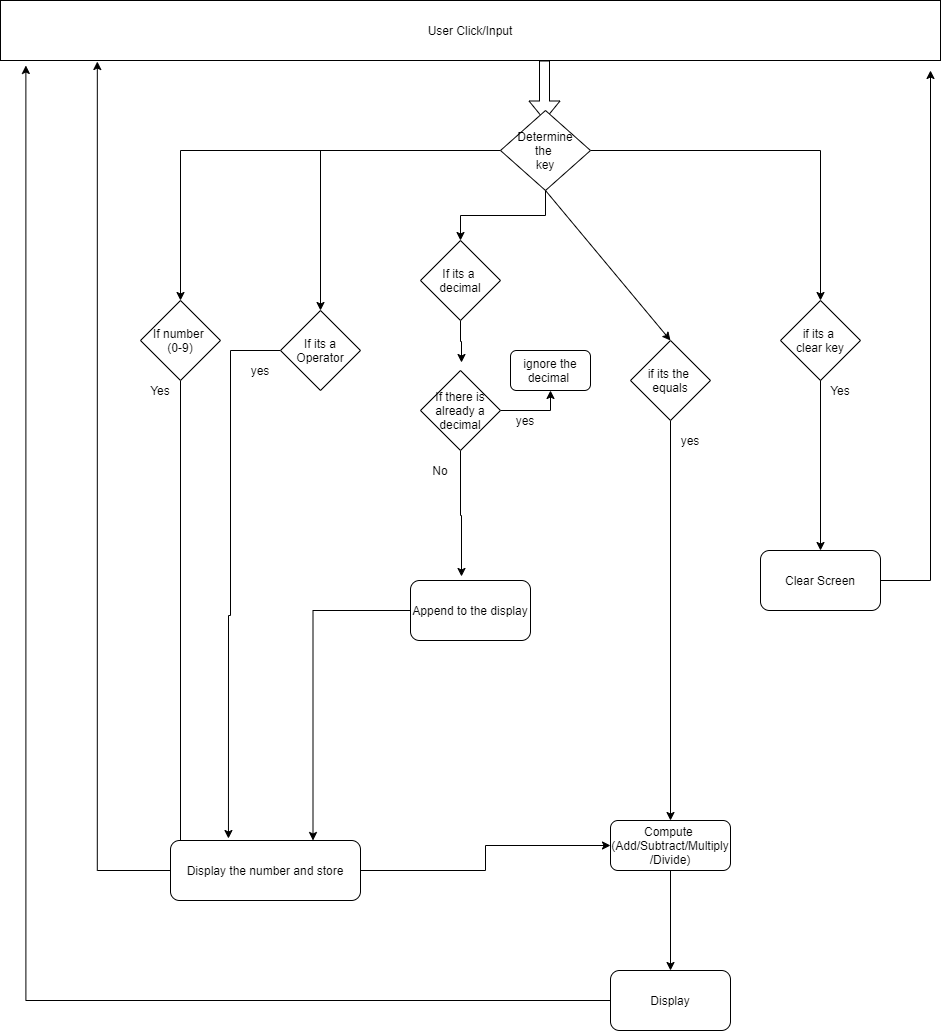
Earlier version of the draw.io export Calculator Flow Chart.png (smitha7-au/Calculator). Source tidied: cells renumbered, new cells last; positions are measured from the earlier drawing's top-left corner, leaving out a move shared by most shapes.
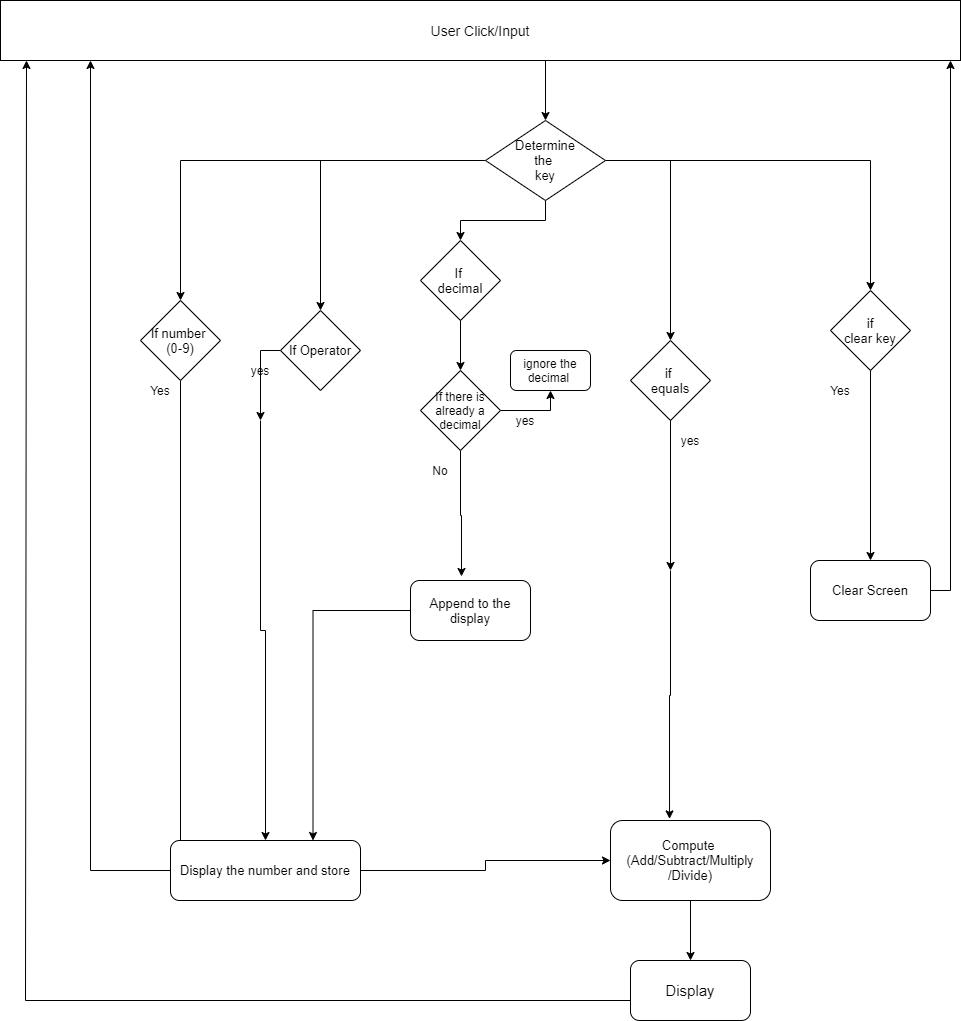
After the commit.

Commit message:
updated Flow Chart

What changed in the source:
```diff
@@ -2,15 +2,9 @@
   <root>
     <mxCell id="0" />
     <mxCell id="1" parent="0" />
-    <mxCell id="2" value="User Click/Input" style="rounded=0;whiteSpace=wrap;html=1;" parent="1" vertex="1">
-      <mxGeometry width="940" height="60" as="geometry" />
+    <mxCell id="2" value="&lt;font style=&quot;font-size: 14px&quot;&gt;User Click/Input&lt;/font&gt;" style="rounded=0;whiteSpace=wrap;html=1;" parent="1" vertex="1">
+      <mxGeometry width="960" height="60" as="geometry" />
     </mxCell>
-    <mxCell id="3" style="shape=flexArrow;endArrow=classic;html=1;" parent="1" edge="1">
-      <mxGeometry relative="1" as="geometry">
-        <mxPoint x="544" y="60" as="sourcePoint" />
-        <mxPoint x="544" y="120" as="targetPoint" />
-      </mxGeometry>
-    </mxCell>
     <mxCell id="4" style="edgeStyle=orthogonalEdgeStyle;rounded=0;jettySize=auto;html=1;" parent="1" edge="1" source="8" target="10">
       <mxGeometry relative="1" as="geometry" />
     </mxCell>
@@ -23,91 +17,86 @@
     <mxCell id="7" style="edgeStyle=orthogonalEdgeStyle;rounded=0;jettySize=auto;html=1;entryX=0.5;entryY=0;entryDx=0;entryDy=0;" parent="1" edge="1" source="8" target="18">
       <mxGeometry relative="1" as="geometry">
         <Array as="points">
-          <mxPoint x="820" y="150" />
+          <mxPoint x="870" y="160" />
         </Array>
       </mxGeometry>
     </mxCell>
+    <mxCell id="19" style="edgeStyle=orthogonalEdgeStyle;rounded=0;jettySize=auto;html=1;entryX=0.5;entryY=0;entryDx=0;entryDy=0;" parent="1" edge="1" source="8" target="16">
+      <mxGeometry relative="1" as="geometry" />
+    </mxCell>
-    <mxCell id="8" value="Determine&lt;br&gt;the&amp;nbsp;&lt;br&gt;key" style="rhombus;whiteSpace=wrap;html=1;" parent="1" vertex="1">
-      <mxGeometry x="500" y="110" width="90" height="80" as="geometry" />
+    <mxCell id="8" value="&lt;font style=&quot;font-size: 13px&quot;&gt;Determine&lt;br&gt;the&amp;nbsp;&lt;br&gt;key&lt;/font&gt;" style="rhombus;whiteSpace=wrap;html=1;" parent="1" vertex="1">
+      <mxGeometry x="485" y="120" width="120" height="80" as="geometry" />
     </mxCell>
     <mxCell id="9" style="edgeStyle=orthogonalEdgeStyle;rounded=0;jettySize=auto;html=1;" parent="1" edge="1" source="10">
       <mxGeometry relative="1" as="geometry">
         <mxPoint x="180" y="854" as="targetPoint" />
       </mxGeometry>
     </mxCell>
-    <mxCell id="10" value="If number &lt;br&gt;(0-9)" style="rhombus;whiteSpace=wrap;html=1;" parent="1" vertex="1">
+    <mxCell id="10" value="&lt;font style=&quot;font-size: 13px&quot;&gt;If number &lt;br&gt;(0-9)&lt;/font&gt;" style="rhombus;whiteSpace=wrap;html=1;" parent="1" vertex="1">
       <mxGeometry x="140" y="300" width="80" height="80" as="geometry" />
     </mxCell>
-    <mxCell id="11" style="edgeStyle=orthogonalEdgeStyle;rounded=0;jettySize=auto;html=1;entryX=0.305;entryY=-0.033;entryDx=0;entryDy=0;entryPerimeter=0;" parent="1" edge="1" source="12" target="28">
-      <mxGeometry relative="1" as="geometry">
-        <Array as="points">
-          <mxPoint x="230" y="350" />
-          <mxPoint x="230" y="615" />
-          <mxPoint x="228" y="615" />
-        </Array>
-      </mxGeometry>
-    </mxCell>
+    <mxCell id="41" style="edgeStyle=orthogonalEdgeStyle;rounded=0;jettySize=auto;html=1;entryX=0.5;entryY=0;entryDx=0;entryDy=0;" parent="1" edge="1" source="12">
+      <mxGeometry relative="1" as="geometry">
+        <mxPoint x="260" y="420" as="targetPoint" />
+      </mxGeometry>
+    </mxCell>
-    <mxCell id="12" value="If its a Operator" style="rhombus;whiteSpace=wrap;html=1;" parent="1" vertex="1">
+    <mxCell id="12" value="&lt;font style=&quot;font-size: 13px&quot;&gt;If Operator&lt;/font&gt;" style="rhombus;whiteSpace=wrap;html=1;" parent="1" vertex="1">
       <mxGeometry x="280" y="310" width="80" height="80" as="geometry" />
     </mxCell>
-    <mxCell id="13" style="edgeStyle=orthogonalEdgeStyle;rounded=0;jettySize=auto;html=1;" parent="1" edge="1" source="14">
-      <mxGeometry relative="1" as="geometry">
-        <mxPoint x="461" y="362" as="targetPoint" />
-      </mxGeometry>
+    <mxCell id="13" style="edgeStyle=orthogonalEdgeStyle;rounded=0;jettySize=auto;html=1;entryX=0.5;entryY=0;entryDx=0;entryDy=0;" parent="1" edge="1" source="14" target="31">
+      <mxGeometry relative="1" as="geometry" />
     </mxCell>
-    <mxCell id="14" value="If its a &lt;br&gt;decimal" style="rhombus;whiteSpace=wrap;html=1;" parent="1" vertex="1">
+    <mxCell id="14" value="&lt;font style=&quot;font-size: 13px&quot;&gt;If&amp;nbsp;&lt;br&gt;decimal&lt;/font&gt;" style="rhombus;whiteSpace=wrap;html=1;" parent="1" vertex="1">
       <mxGeometry x="420" y="240" width="80" height="80" as="geometry" />
     </mxCell>
-    <mxCell id="15" style="edgeStyle=orthogonalEdgeStyle;rounded=0;jettySize=auto;html=1;entryX=0.5;entryY=0;entryDx=0;entryDy=0;" parent="1" edge="1" source="16" target="21">
-      <mxGeometry relative="1" as="geometry" />
+    <mxCell id="15" style="edgeStyle=orthogonalEdgeStyle;rounded=0;jettySize=auto;html=1;entryX=0.369;entryY=-0.02;entryDx=0;entryDy=0;entryPerimeter=0;" parent="1" edge="1" target="21">
+      <mxGeometry relative="1" as="geometry">
+        <mxPoint x="670" y="570" as="sourcePoint" />
+      </mxGeometry>
     </mxCell>
-    <mxCell id="16" value="if its the&amp;nbsp;&lt;br&gt;equals" style="rhombus;whiteSpace=wrap;html=1;" parent="1" vertex="1">
+    <mxCell id="16" value="&lt;font style=&quot;font-size: 13px&quot;&gt;if&amp;nbsp;&lt;br&gt;equals&lt;/font&gt;" style="rhombus;whiteSpace=wrap;html=1;" parent="1" vertex="1">
       <mxGeometry x="630" y="340" width="80" height="80" as="geometry" />
     </mxCell>
     <mxCell id="17" style="edgeStyle=orthogonalEdgeStyle;rounded=0;jettySize=auto;html=1;exitX=0.5;exitY=1;exitDx=0;exitDy=0;" parent="1" edge="1" source="18" target="23">
       <mxGeometry relative="1" as="geometry" />
     </mxCell>
-    <mxCell id="18" value="if its a&amp;nbsp;&lt;br&gt;clear key" style="rhombus;whiteSpace=wrap;html=1;" parent="1" vertex="1">
-      <mxGeometry x="780" y="300" width="80" height="80" as="geometry" />
+    <mxCell id="18" value="&lt;font style=&quot;font-size: 13px&quot;&gt;if&lt;br&gt;clear key&lt;/font&gt;" style="rhombus;whiteSpace=wrap;html=1;" parent="1" vertex="1">
+      <mxGeometry x="830" y="290" width="80" height="80" as="geometry" />
     </mxCell>
-    <mxCell id="19" style="endArrow=classic;html=1;entryX=0.5;entryY=0;entryDx=0;entryDy=0;exitX=0.5;exitY=1;exitDx=0;exitDy=0;" parent="1" edge="1" source="8" target="16">
-      <mxGeometry relative="1" as="geometry" />
-    </mxCell>
-    <mxCell id="20" style="edgeStyle=orthogonalEdgeStyle;rounded=0;jettySize=auto;html=1;exitX=0.5;exitY=1;exitDx=0;exitDy=0;entryX=0.5;entryY=0;entryDx=0;entryDy=0;" parent="1" edge="1" source="21" target="25">
+    <mxCell id="20" style="edgeStyle=orthogonalEdgeStyle;rounded=0;jettySize=auto;html=1;entryX=0.5;entryY=0;entryDx=0;entryDy=0;" parent="1" edge="1" source="21" target="25">
       <mxGeometry relative="1" as="geometry" />
     </mxCell>
-    <mxCell id="21" value="Compute&amp;nbsp;&lt;br&gt;(Add/Subtract/Multiply&lt;br&gt;/Divide)" style="rounded=1;whiteSpace=wrap;html=1;" parent="1" vertex="1">
-      <mxGeometry x="610" y="820" width="120" height="50" as="geometry" />
+    <mxCell id="21" value="&lt;font style=&quot;font-size: 13px&quot;&gt;Compute&amp;nbsp;&lt;br&gt;(Add/Subtract/Multiply&lt;br&gt;/Divide)&lt;/font&gt;" style="rounded=1;whiteSpace=wrap;html=1;" parent="1" vertex="1">
+      <mxGeometry x="610" y="820" width="160" height="80" as="geometry" />
     </mxCell>
     <mxCell id="22" style="edgeStyle=orthogonalEdgeStyle;rounded=0;jettySize=auto;html=1;" parent="1" edge="1" source="23">
       <mxGeometry relative="1" as="geometry">
-        <mxPoint x="930" y="70" as="targetPoint" />
+        <mxPoint x="950" y="60" as="targetPoint" />
       </mxGeometry>
     </mxCell>
-    <mxCell id="23" value="Clear Screen" style="rounded=1;whiteSpace=wrap;html=1;" parent="1" vertex="1">
-      <mxGeometry x="760" y="550" width="120" height="60" as="geometry" />
+    <mxCell id="23" value="&lt;font style=&quot;font-size: 13px&quot;&gt;Clear Screen&lt;/font&gt;" style="rounded=1;whiteSpace=wrap;html=1;" parent="1" vertex="1">
+      <mxGeometry x="810" y="560" width="120" height="60" as="geometry" />
     </mxCell>
-    <mxCell id="24" style="edgeStyle=orthogonalEdgeStyle;rounded=0;jettySize=auto;html=1;entryX=0.027;entryY=1.083;entryDx=0;entryDy=0;entryPerimeter=0;" parent="1" edge="1" source="25" target="2">
+    <mxCell id="24" style="edgeStyle=orthogonalEdgeStyle;rounded=0;jettySize=auto;html=1;" parent="1" edge="1" source="25">
       <mxGeometry relative="1" as="geometry">
+        <mxPoint x="26" y="60" as="targetPoint" />
         <Array as="points">
           <mxPoint x="25" y="1000" />
         </Array>
       </mxGeometry>
     </mxCell>
-    <mxCell id="25" value="Display" style="rounded=1;whiteSpace=wrap;html=1;" parent="1" vertex="1">
-      <mxGeometry x="610" y="970" width="120" height="60" as="geometry" />
+    <mxCell id="25" value="&lt;font style=&quot;font-size: 15px&quot;&gt;Display&lt;/font&gt;" style="rounded=1;whiteSpace=wrap;html=1;" parent="1" vertex="1">
+      <mxGeometry x="630" y="960" width="120" height="60" as="geometry" />
     </mxCell>
     <mxCell id="26" style="edgeStyle=orthogonalEdgeStyle;rounded=0;jettySize=auto;html=1;entryX=0;entryY=0.5;entryDx=0;entryDy=0;" parent="1" edge="1" source="28" target="21">
       <mxGeometry relative="1" as="geometry" />
     </mxCell>
-    <mxCell id="27" style="edgeStyle=orthogonalEdgeStyle;rounded=0;jettySize=auto;html=1;entryX=0.103;entryY=1.017;entryDx=0;entryDy=0;entryPerimeter=0;" parent="1" edge="1" source="28" target="2">
-      <mxGeometry relative="1" as="geometry">
-        <Array as="points">
-          <mxPoint x="97" y="870" />
-        </Array>
-      </mxGeometry>
-    </mxCell>
+    <mxCell id="42" style="edgeStyle=orthogonalEdgeStyle;rounded=0;jettySize=auto;html=1;" parent="1" edge="1" source="28">
+      <mxGeometry relative="1" as="geometry">
+        <mxPoint x="90" y="60" as="targetPoint" />
+      </mxGeometry>
+    </mxCell>
-    <mxCell id="28" value="Display the number and store" style="rounded=1;whiteSpace=wrap;html=1;" parent="1" vertex="1">
+    <mxCell id="28" value="&lt;font style=&quot;font-size: 13px&quot;&gt;Display the number and store&lt;/font&gt;" style="rounded=1;whiteSpace=wrap;html=1;" parent="1" vertex="1">
       <mxGeometry x="170" y="840" width="190" height="60" as="geometry" />
     </mxCell>
     <mxCell id="29" style="edgeStyle=orthogonalEdgeStyle;rounded=0;jettySize=auto;html=1;entryX=0.5;entryY=1;entryDx=0;entryDy=0;" parent="1" edge="1" source="31" target="32">
@@ -125,7 +114,7 @@
     <mxCell id="33" style="edgeStyle=orthogonalEdgeStyle;rounded=0;jettySize=auto;html=1;entryX=0.75;entryY=0;entryDx=0;entryDy=0;" parent="1" edge="1" source="34" target="28">
       <mxGeometry relative="1" as="geometry" />
     </mxCell>
-    <mxCell id="34" value="Append to the display" style="rounded=1;whiteSpace=wrap;html=1;" parent="1" vertex="1">
+    <mxCell id="34" value="&lt;font style=&quot;font-size: 13px&quot;&gt;Append to the display&lt;/font&gt;" style="rounded=1;whiteSpace=wrap;html=1;" parent="1" vertex="1">
       <mxGeometry x="410" y="580" width="120" height="60" as="geometry" />
     </mxCell>
     <mxCell id="35" value="yes" style="text;html=1;strokeColor=none;fillColor=none;align=center;verticalAlign=middle;whiteSpace=wrap;rounded=0;" parent="1" vertex="1">
@@ -146,5 +135,20 @@
     <mxCell id="40" value="Yes" style="text;html=1;strokeColor=none;fillColor=none;align=center;verticalAlign=middle;whiteSpace=wrap;rounded=0;" parent="1" vertex="1">
       <mxGeometry x="140" y="380" width="40" height="20" as="geometry" />
     </mxCell>
+    <mxCell id="43" style="edgeStyle=orthogonalEdgeStyle;rounded=0;jettySize=auto;html=1;" parent="1" edge="1" source="16">
+      <mxGeometry relative="1" as="geometry">
+        <mxPoint x="670" y="570" as="targetPoint" />
+      </mxGeometry>
+    </mxCell>
+    <mxCell id="44" style="edgeStyle=orthogonalEdgeStyle;rounded=0;jettySize=auto;html=1;entryX=0.5;entryY=0;entryDx=0;entryDy=0;" parent="1" edge="1" target="28">
+      <mxGeometry relative="1" as="geometry">
+        <mxPoint x="260" y="420" as="sourcePoint" />
+      </mxGeometry>
+    </mxCell>
+    <mxCell id="45" style="endArrow=classic;html=1;entryX=0.5;entryY=0;entryDx=0;entryDy=0;" parent="1" edge="1" target="8">
+      <mxGeometry relative="1" as="geometry">
+        <mxPoint x="545" y="60" as="sourcePoint" />
+      </mxGeometry>
+    </mxCell>
   </root>
 </mxGraphModel>
```
